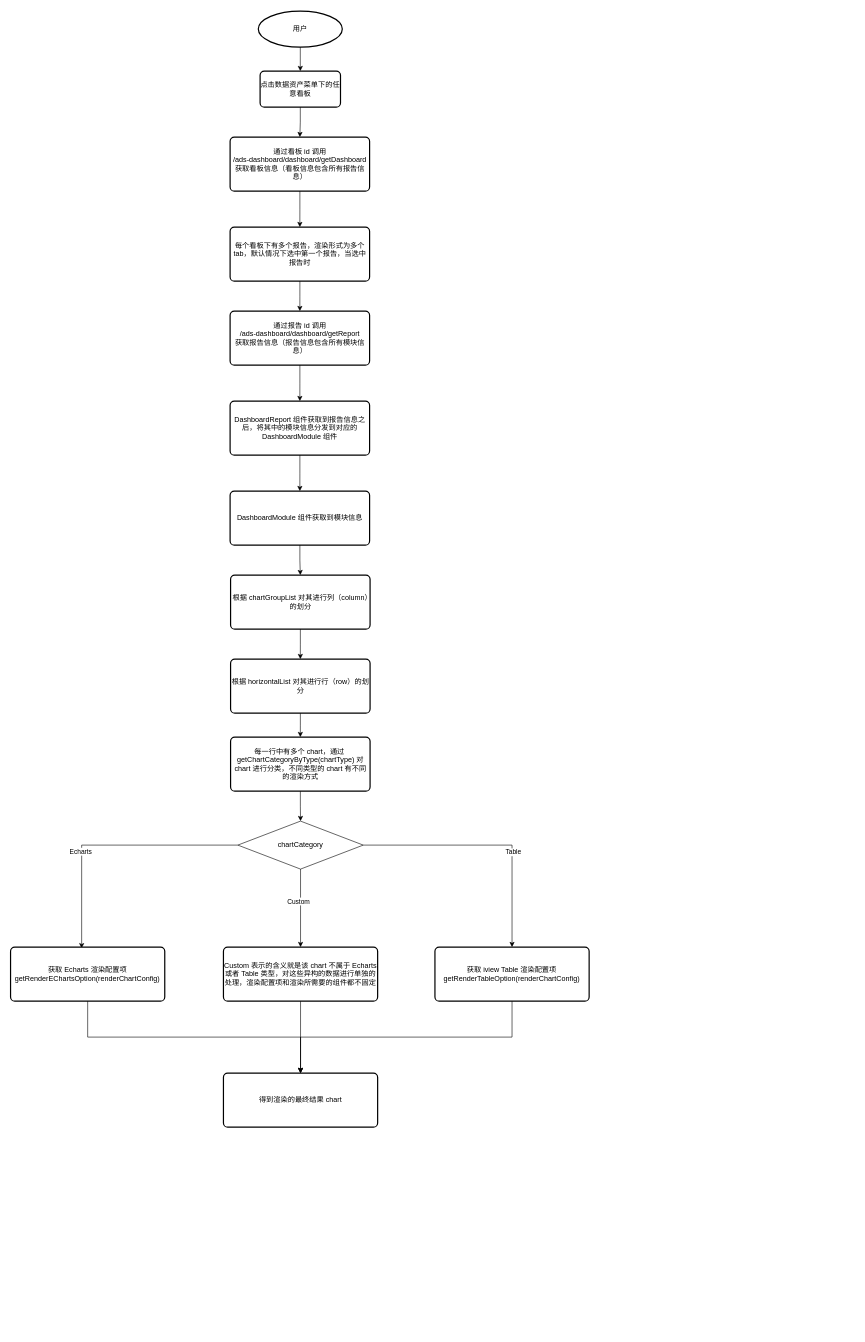
The draw.io diagram page "chart渲染流程图" (1 of 2) of source/Dashboard-chart渲染流程图.drawio in Mr-xzq/drawio, before the edit. Source tidied: cells renumbered, new cells numbered last; positions are measured from the earlier drawing's top-left corner, leaving out a move shared by most shapes. Both pictures are drawn from the tidied source at 60%, with x=0, y=0 at pixel (10, 11).
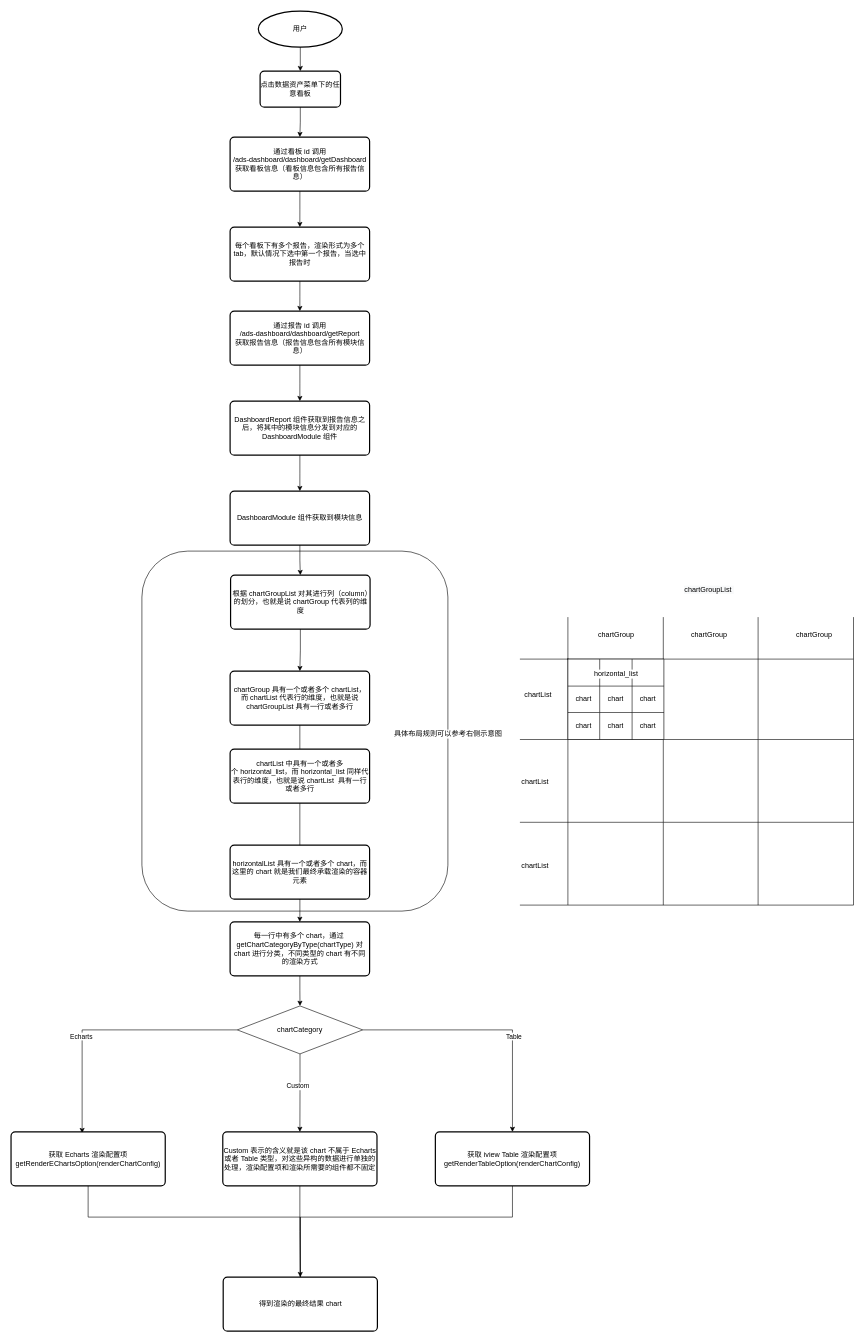
The same page after the edit.

Commit message:
更新Dashboard-chart渲染流程图.drawio

The edit, as a diff of the source:
```diff
@@
+    <mxCell id="36" style="rounded=1;whiteSpace=wrap;html=1;labelBackgroundColor=#FFFFFF;fontColor=#000000;" parent="1" vertex="1">
+      <mxGeometry x="219" y="900" width="510" height="600" as="geometry" />
+    </mxCell>
@@
-    <mxCell id="16" style="edgeStyle=orthogonalEdgeStyle;rounded=0;jettySize=auto;html=1;entryX=0.5;entryY=0;entryDx=0;entryDy=0;" parent="1" edge="1" source="17" target="19">
-      <mxGeometry relative="1" as="geometry" />
-    </mxCell>
+    <mxCell id="37" style="edgeStyle=orthogonalEdgeStyle;rounded=0;jettySize=auto;html=1;entryX=0.5;entryY=0;entryDx=0;entryDy=0;" parent="1" edge="1" source="17" target="39">
+      <mxGeometry relative="1" as="geometry" />
+    </mxCell>
-    <mxCell id="17" value="根据 chartGroupList 对其进行列（column）的划分" style="rounded=1;whiteSpace=wrap;html=1;absoluteArcSize=1;arcSize=14;strokeWidth=2;" parent="1" vertex="1">
+    <mxCell id="17" value="根据 chartGroupList 对其进行列（column）的划分，也就是说 chartGroup 代表列的维度" style="rounded=1;whiteSpace=wrap;html=1;absoluteArcSize=1;arcSize=14;strokeWidth=2;" parent="1" vertex="1">
       <mxGeometry x="366.8" y="940" width="232.5" height="90" as="geometry" />
     </mxCell>
@@
-    <mxCell id="19" value="根据&amp;nbsp;horizontalList 对其进行行（row）的划分" style="rounded=1;whiteSpace=wrap;html=1;absoluteArcSize=1;arcSize=14;strokeWidth=2;" parent="1" vertex="1">
-      <mxGeometry x="366.8" y="1080" width="232.5" height="90" as="geometry" />
+    <mxCell id="19" value="horizontalList 具有一个或者多个 chart，而这里的 chart 就是我们最终承载渲染的容器元素" style="rounded=1;whiteSpace=wrap;html=1;absoluteArcSize=1;arcSize=14;strokeWidth=2;" parent="1" vertex="1">
+      <mxGeometry x="366" y="1390" width="232.5" height="90" as="geometry" />
     </mxCell>
@@
     <mxCell id="21" value="每一行中有多个 chart，通过&amp;nbsp; getChartCategoryByType(chartType) 对 chart 进行分类，不同类型的 chart 有不同的渲染方式" style="rounded=1;whiteSpace=wrap;html=1;absoluteArcSize=1;arcSize=14;strokeWidth=2;" parent="1" vertex="1">
-      <mxGeometry x="366.8" y="1210" width="232.5" height="90" as="geometry" />
+      <mxGeometry x="366" y="1518" width="232.5" height="90" as="geometry" />
     </mxCell>
@@
     <mxCell id="28" value="chartCategory" style="rhombus;whiteSpace=wrap;html=1;" parent="1" vertex="1">
-      <mxGeometry x="378.9" y="1350" width="209" height="80" as="geometry" />
+      <mxGeometry x="378" y="1658" width="209" height="80" as="geometry" />
     </mxCell>
-    <mxCell id="29" style="edgeStyle=orthogonalEdgeStyle;rounded=0;jettySize=auto;html=1;entryX=0.5;entryY=0;entryDx=0;entryDy=0;" parent="1" edge="1" source="30" target="35">
+    <mxCell id="29" style="edgeStyle=orthogonalEdgeStyle;rounded=0;jettySize=auto;html=1;entryX=0.5;entryY=0;entryDx=0;entryDy=0;fontColor=#000000;endArrow=none;endFill=0;" parent="1" edge="1" source="30" target="35">
       <mxGeometry relative="1" as="geometry">
         <Array as="points">
-          <mxPoint x="128.4" y="1710" />
-          <mxPoint x="483.4" y="1710" />
+          <mxPoint x="129" y="2010" />
+          <mxPoint x="483" y="2010" />
         </Array>
       </mxGeometry>
     </mxCell>
     <mxCell id="30" value="获取 Echarts 渲染配置项getRenderEChartsOption(renderChartConfig)" style="rounded=1;whiteSpace=wrap;html=1;absoluteArcSize=1;arcSize=14;strokeWidth=2;" parent="1" vertex="1">
-      <mxGeometry x="0.1" y="1560" width="257" height="90" as="geometry" />
+      <mxGeometry x="0.9" y="1868" width="257" height="90" as="geometry" />
     </mxCell>
-    <mxCell id="31" style="edgeStyle=orthogonalEdgeStyle;rounded=0;jettySize=auto;html=1;entryX=0.5;entryY=0;entryDx=0;entryDy=0;" parent="1" edge="1" source="32" target="35">
+    <mxCell id="31" style="edgeStyle=orthogonalEdgeStyle;rounded=0;jettySize=auto;html=1;entryX=0.5;entryY=0;entryDx=0;entryDy=0;fontColor=#000000;endArrow=none;endFill=0;" parent="1" edge="1" source="32" target="35">
       <mxGeometry relative="1" as="geometry">
         <Array as="points">
-          <mxPoint x="836.4" y="1710" />
-          <mxPoint x="483.4" y="1710" />
+          <mxPoint x="837" y="2010" />
+          <mxPoint x="483" y="2010" />
         </Array>
       </mxGeometry>
     </mxCell>
     <mxCell id="32" value="获取 iview Table 渲染配置项getRenderTableOption(renderChartConfig)" style="rounded=1;whiteSpace=wrap;html=1;absoluteArcSize=1;arcSize=14;strokeWidth=2;" parent="1" vertex="1">
-      <mxGeometry x="707.4" y="1560" width="257" height="90" as="geometry" />
+      <mxGeometry x="708.1" y="1868" width="257" height="90" as="geometry" />
     </mxCell>
@@
     <mxCell id="34" value="Custom 表示的含义就是该 chart 不属于 Echarts 或者 Table 类型，对这些异构的数据进行单独的处理，渲染配置项和渲染所需要的组件都不固定" style="rounded=1;whiteSpace=wrap;html=1;absoluteArcSize=1;arcSize=14;strokeWidth=2;" parent="1" vertex="1">
-      <mxGeometry x="354.9" y="1560" width="257" height="90" as="geometry" />
+      <mxGeometry x="353.8" y="1868" width="257" height="90" as="geometry" />
     </mxCell>
     <mxCell id="35" value="得到渲染的最终结果 chart" style="rounded=1;whiteSpace=wrap;html=1;absoluteArcSize=1;arcSize=14;strokeWidth=2;" parent="1" vertex="1">
-      <mxGeometry x="354.9" y="1770" width="257" height="90" as="geometry" />
+      <mxGeometry x="354.5" y="2110" width="257" height="90" as="geometry" />
     </mxCell>
+    <mxCell id="38" style="edgeStyle=orthogonalEdgeStyle;rounded=0;jettySize=auto;html=1;fontColor=#000000;endArrow=none;endFill=0;" parent="1" edge="1" source="39" target="41">
+      <mxGeometry relative="1" as="geometry" />
+    </mxCell>
+    <mxCell id="39" value="chartGroup 具有一个或者多个 chartList，而 chartList 代表行的维度，也就是说 chartGroupList 具有一行或者多行" style="rounded=1;whiteSpace=wrap;html=1;absoluteArcSize=1;arcSize=14;strokeWidth=2;" parent="1" vertex="1">
+      <mxGeometry x="366" y="1100" width="232.5" height="90" as="geometry" />
+    </mxCell>
+    <mxCell id="40" style="edgeStyle=orthogonalEdgeStyle;rounded=0;jettySize=auto;html=1;fontColor=#000000;endArrow=none;endFill=0;" parent="1" edge="1" source="41" target="19">
+      <mxGeometry relative="1" as="geometry" />
+    </mxCell>
+    <mxCell id="41" value="chartList 中具有一个或者多个&amp;nbsp;&lt;span style=&quot;background-color: rgb(255, 255, 255);&quot;&gt;horizontal_list，而&amp;nbsp;&lt;/span&gt;&lt;span style=&quot;background-color: rgb(255, 255, 255);&quot;&gt;horizontal_list 同样代表行的维度，也就是说&amp;nbsp;&lt;/span&gt;chartList&amp;nbsp; 具有一行或者多行" style="rounded=1;whiteSpace=wrap;html=1;absoluteArcSize=1;arcSize=14;strokeWidth=2;" parent="1" vertex="1">
+      <mxGeometry x="366" y="1230" width="232.5" height="90" as="geometry" />
+    </mxCell>
+    <mxCell id="42" style="shape=table;html=1;whiteSpace=wrap;startSize=0;childLayout=tableLayout;" parent="1" vertex="1">
+      <mxGeometry x="929" y="1080" width="476" height="410" as="geometry" />
+    </mxCell>
+    <mxCell id="43" style="shape=tableRow;horizontal=0;startSize=0;swimlaneHead=0;swimlaneBody=0;top=0;left=0;bottom=0;right=0;fillColor=none;" parent="42" vertex="1">
+      <mxGeometry width="476" height="134" as="geometry" />
+    </mxCell>
+    <mxCell id="44" style="shape=partialRectangle;html=1;whiteSpace=wrap;fillColor=none;top=0;left=0;bottom=0;right=0;overflow=hidden;" parent="43" vertex="1">
+      <mxGeometry width="159" height="134" as="geometry" />
+    </mxCell>
+    <mxCell id="45" style="shape=partialRectangle;html=1;whiteSpace=wrap;fillColor=none;top=0;left=0;bottom=0;right=0;overflow=hidden;" parent="43" vertex="1">
+      <mxGeometry x="159" width="158" height="134" as="geometry" />
+    </mxCell>
+    <mxCell id="46" style="shape=partialRectangle;html=1;whiteSpace=wrap;fillColor=none;top=0;left=0;bottom=0;right=0;overflow=hidden;" parent="43" vertex="1">
+      <mxGeometry x="317" width="159" height="134" as="geometry" />
+    </mxCell>
+    <mxCell id="47" style="shape=tableRow;horizontal=0;startSize=0;swimlaneHead=0;swimlaneBody=0;top=0;left=0;bottom=0;right=0;fillColor=none;" parent="42" vertex="1">
+      <mxGeometry y="134" width="476" height="138" as="geometry" />
+    </mxCell>
+    <mxCell id="48" style="shape=partialRectangle;html=1;whiteSpace=wrap;fillColor=none;top=0;left=0;bottom=0;right=0;overflow=hidden;" parent="47" vertex="1">
+      <mxGeometry width="159" height="138" as="geometry" />
+    </mxCell>
+    <mxCell id="49" style="shape=partialRectangle;html=1;whiteSpace=wrap;fillColor=none;top=0;left=0;bottom=0;right=0;overflow=hidden;" parent="47" vertex="1">
+      <mxGeometry x="159" width="158" height="138" as="geometry" />
+    </mxCell>
+    <mxCell id="50" style="shape=partialRectangle;html=1;whiteSpace=wrap;fillColor=none;top=0;left=0;bottom=0;right=0;overflow=hidden;" parent="47" vertex="1">
+      <mxGeometry x="317" width="159" height="138" as="geometry" />
+    </mxCell>
+    <mxCell id="51" style="shape=tableRow;horizontal=0;startSize=0;swimlaneHead=0;swimlaneBody=0;top=0;left=0;bottom=0;right=0;fillColor=none;" parent="42" vertex="1">
+      <mxGeometry y="272" width="476" height="138" as="geometry" />
+    </mxCell>
+    <mxCell id="52" style="shape=partialRectangle;html=1;whiteSpace=wrap;fillColor=none;top=0;left=0;bottom=0;right=0;overflow=hidden;" parent="51" vertex="1">
+      <mxGeometry width="159" height="138" as="geometry" />
+    </mxCell>
+    <mxCell id="53" style="shape=partialRectangle;html=1;whiteSpace=wrap;fillColor=none;top=0;left=0;bottom=0;right=0;overflow=hidden;" parent="51" vertex="1">
+      <mxGeometry x="159" width="158" height="138" as="geometry" />
+    </mxCell>
+    <mxCell id="54" style="shape=partialRectangle;html=1;whiteSpace=wrap;fillColor=none;top=0;left=0;bottom=0;right=0;overflow=hidden;" parent="51" vertex="1">
+      <mxGeometry x="317" width="159" height="138" as="geometry" />
+    </mxCell>
+    <mxCell id="55" style="edgeStyle=none;orthogonalLoop=1;jettySize=auto;html=1;rounded=0;endArrow=none;endFill=0;" parent="1" edge="1">
+      <mxGeometry relative="1" as="geometry">
+        <mxPoint x="929" y="1080" as="sourcePoint" />
+        <mxPoint x="929" y="1010" as="targetPoint" />
+      </mxGeometry>
+    </mxCell>
+    <mxCell id="56" style="edgeStyle=none;orthogonalLoop=1;jettySize=auto;html=1;rounded=0;endArrow=none;endFill=0;" parent="1" edge="1">
+      <mxGeometry relative="1" as="geometry">
+        <mxPoint x="1088" y="1080" as="sourcePoint" />
+        <mxPoint x="1088" y="1010" as="targetPoint" />
+      </mxGeometry>
+    </mxCell>
+    <mxCell id="57" style="edgeStyle=none;orthogonalLoop=1;jettySize=auto;html=1;rounded=0;endArrow=none;endFill=0;" parent="1" edge="1">
+      <mxGeometry relative="1" as="geometry">
+        <mxPoint x="1246" y="1080" as="sourcePoint" />
+        <mxPoint x="1246" y="1010" as="targetPoint" />
+      </mxGeometry>
+    </mxCell>
+    <mxCell id="58" style="edgeStyle=none;orthogonalLoop=1;jettySize=auto;html=1;rounded=0;endArrow=none;endFill=0;" parent="1" edge="1">
+      <mxGeometry relative="1" as="geometry">
+        <mxPoint x="1405" y="1080" as="sourcePoint" />
+        <mxPoint x="1405" y="1010" as="targetPoint" />
+      </mxGeometry>
+    </mxCell>
+    <mxCell id="59" style="edgeStyle=none;orthogonalLoop=1;jettySize=auto;html=1;rounded=0;endArrow=none;endFill=0;" parent="1" edge="1">
+      <mxGeometry relative="1" as="geometry">
+        <mxPoint x="849" y="1214" as="sourcePoint" />
+        <mxPoint x="929" y="1214" as="targetPoint" />
+      </mxGeometry>
+    </mxCell>
+    <mxCell id="60" style="edgeStyle=none;orthogonalLoop=1;jettySize=auto;html=1;rounded=0;endArrow=none;endFill=0;" parent="1" edge="1">
+      <mxGeometry relative="1" as="geometry">
+        <mxPoint x="849" y="1352" as="sourcePoint" />
+        <mxPoint x="929" y="1352" as="targetPoint" />
+      </mxGeometry>
+    </mxCell>
+    <mxCell id="61" style="edgeStyle=none;orthogonalLoop=1;jettySize=auto;html=1;rounded=0;endArrow=none;endFill=0;" parent="1" edge="1">
+      <mxGeometry relative="1" as="geometry">
+        <mxPoint x="849" y="1490" as="sourcePoint" />
+        <mxPoint x="929" y="1490" as="targetPoint" />
+      </mxGeometry>
+    </mxCell>
+    <mxCell id="62" style="edgeStyle=none;orthogonalLoop=1;jettySize=auto;html=1;rounded=0;endArrow=none;endFill=0;" parent="1" edge="1">
+      <mxGeometry relative="1" as="geometry">
+        <mxPoint x="849" y="1080" as="sourcePoint" />
+        <mxPoint x="929" y="1080" as="targetPoint" />
+      </mxGeometry>
+    </mxCell>
+    <mxCell id="63" value="chartGroup" style="text;html=1;align=center;verticalAlign=middle;fillColor=none;strokeColor=none;rounded=0;" parent="1" vertex="1">
+      <mxGeometry x="1124" y="1025" width="80" height="30" as="geometry" />
+    </mxCell>
+    <mxCell id="64" value="chartGroup" style="text;html=1;align=center;verticalAlign=middle;fillColor=none;strokeColor=none;rounded=0;" parent="1" vertex="1">
+      <mxGeometry x="969" y="1025" width="80" height="30" as="geometry" />
+    </mxCell>
+    <mxCell id="65" value="chartGroup" style="text;html=1;align=center;verticalAlign=middle;fillColor=none;strokeColor=none;rounded=0;" parent="1" vertex="1">
+      <mxGeometry x="1299" y="1025" width="80" height="30" as="geometry" />
+    </mxCell>
+    <mxCell id="66" value="chartList" style="text;html=1;align=center;verticalAlign=middle;strokeColor=none;fillColor=none;" parent="1" vertex="1">
+      <mxGeometry x="844" y="1125" width="70" height="30" as="geometry" />
+    </mxCell>
+    <mxCell id="67" value="chartList" style="text;html=1;align=center;verticalAlign=middle;strokeColor=none;fillColor=none;" parent="1" vertex="1">
+      <mxGeometry x="839" y="1270" width="70" height="30" as="geometry" />
+    </mxCell>
+    <mxCell id="68" value="chartList" style="text;html=1;align=center;verticalAlign=middle;strokeColor=none;fillColor=none;" parent="1" vertex="1">
+      <mxGeometry x="839" y="1410" width="70" height="30" as="geometry" />
+    </mxCell>
+    <mxCell id="69" style="shape=table;html=1;whiteSpace=wrap;startSize=0;childLayout=tableLayout;labelBackgroundColor=#FFFFFF;fontColor=#000000;" parent="1" vertex="1">
+      <mxGeometry x="929" y="1080" width="160" height="134" as="geometry" />
+    </mxCell>
+    <mxCell id="70" style="shape=tableRow;horizontal=0;startSize=0;swimlaneHead=0;swimlaneBody=0;top=0;left=0;bottom=0;right=0;fillColor=none;labelBackgroundColor=#FFFFFF;fontColor=#000000;" parent="69" vertex="1">
+      <mxGeometry width="160" height="45" as="geometry" />
+    </mxCell>
+    <mxCell id="71" style="shape=partialRectangle;html=1;whiteSpace=wrap;fillColor=none;top=0;left=0;bottom=0;right=0;overflow=hidden;labelBackgroundColor=#FFFFFF;fontColor=#000000;" parent="70" vertex="1">
+      <mxGeometry width="53" height="45" as="geometry" />
+    </mxCell>
+    <mxCell id="72" style="shape=partialRectangle;html=1;whiteSpace=wrap;fillColor=none;top=0;left=0;bottom=0;right=0;overflow=hidden;labelBackgroundColor=#FFFFFF;fontColor=#000000;" parent="70" vertex="1">
+      <mxGeometry x="53" width="54" height="45" as="geometry" />
+    </mxCell>
+    <mxCell id="73" style="shape=partialRectangle;html=1;whiteSpace=wrap;fillColor=none;top=0;left=0;bottom=0;right=0;overflow=hidden;labelBackgroundColor=#FFFFFF;fontColor=#000000;" parent="70" vertex="1">
+      <mxGeometry x="107" width="53" height="45" as="geometry" />
+    </mxCell>
+    <mxCell id="74" style="shape=tableRow;horizontal=0;startSize=0;swimlaneHead=0;swimlaneBody=0;top=0;left=0;bottom=0;right=0;fillColor=none;labelBackgroundColor=#FFFFFF;fontColor=#000000;" parent="69" vertex="1">
+      <mxGeometry y="45" width="160" height="44" as="geometry" />
+    </mxCell>
+    <mxCell id="75" value="chart" style="shape=partialRectangle;html=1;whiteSpace=wrap;fillColor=none;top=0;left=0;bottom=0;right=0;overflow=hidden;labelBackgroundColor=#FFFFFF;fontColor=#000000;" parent="74" vertex="1">
+      <mxGeometry width="53" height="44" as="geometry" />
+    </mxCell>
+    <mxCell id="76" value="chart" style="shape=partialRectangle;html=1;whiteSpace=wrap;fillColor=none;top=0;left=0;bottom=0;right=0;overflow=hidden;labelBackgroundColor=#FFFFFF;fontColor=#000000;" parent="74" vertex="1">
+      <mxGeometry x="53" width="54" height="44" as="geometry" />
+    </mxCell>
+    <mxCell id="77" value="chart" style="shape=partialRectangle;html=1;whiteSpace=wrap;fillColor=none;top=0;left=0;bottom=0;right=0;overflow=hidden;labelBackgroundColor=#FFFFFF;fontColor=#000000;" parent="74" vertex="1">
+      <mxGeometry x="107" width="53" height="44" as="geometry" />
+    </mxCell>
+    <mxCell id="78" style="shape=tableRow;horizontal=0;startSize=0;swimlaneHead=0;swimlaneBody=0;top=0;left=0;bottom=0;right=0;fillColor=none;labelBackgroundColor=#FFFFFF;fontColor=#000000;" parent="69" vertex="1">
+      <mxGeometry y="89" width="160" height="45" as="geometry" />
+    </mxCell>
+    <mxCell id="79" value="chart" style="shape=partialRectangle;html=1;whiteSpace=wrap;fillColor=none;top=0;left=0;bottom=0;right=0;overflow=hidden;labelBackgroundColor=#FFFFFF;fontColor=#000000;" parent="78" vertex="1">
+      <mxGeometry width="53" height="45" as="geometry" />
+    </mxCell>
+    <mxCell id="80" value="chart" style="shape=partialRectangle;html=1;whiteSpace=wrap;fillColor=none;top=0;left=0;bottom=0;right=0;overflow=hidden;labelBackgroundColor=#FFFFFF;fontColor=#000000;" parent="78" vertex="1">
+      <mxGeometry x="53" width="54" height="45" as="geometry" />
+    </mxCell>
+    <mxCell id="81" value="chart" style="shape=partialRectangle;html=1;whiteSpace=wrap;fillColor=none;top=0;left=0;bottom=0;right=0;overflow=hidden;labelBackgroundColor=#FFFFFF;fontColor=#000000;" parent="78" vertex="1">
+      <mxGeometry x="107" width="53" height="45" as="geometry" />
+    </mxCell>
+    <mxCell id="82" value="horizontal_list" style="text;html=1;align=center;verticalAlign=middle;fillColor=none;strokeColor=none;rounded=0;labelBackgroundColor=#FFFFFF;fontColor=#000000;" parent="1" vertex="1">
+      <mxGeometry x="959" y="1090" width="100" height="30" as="geometry" />
+    </mxCell>
+    <mxCell id="83" value="&lt;span style=&quot;background-color: rgb(248, 249, 250);&quot;&gt;chartGroupList&amp;nbsp;&lt;/span&gt;" style="text;html=1;align=center;verticalAlign=middle;fillColor=none;strokeColor=none;rounded=0;labelBackgroundColor=#FFFFFF;fontColor=#000000;" parent="1" vertex="1">
+      <mxGeometry x="1109" y="950" width="110" height="30" as="geometry" />
+    </mxCell>
+    <mxCell id="84" value="具体布局规则可以参考右侧示意图" style="text;html=1;align=center;verticalAlign=middle;fillColor=none;strokeColor=none;rounded=0;labelBackgroundColor=#FFFFFF;fontColor=#000000;" parent="1" vertex="1">
+      <mxGeometry x="629" y="1190" width="200" height="30" as="geometry" />
+    </mxCell>
```
